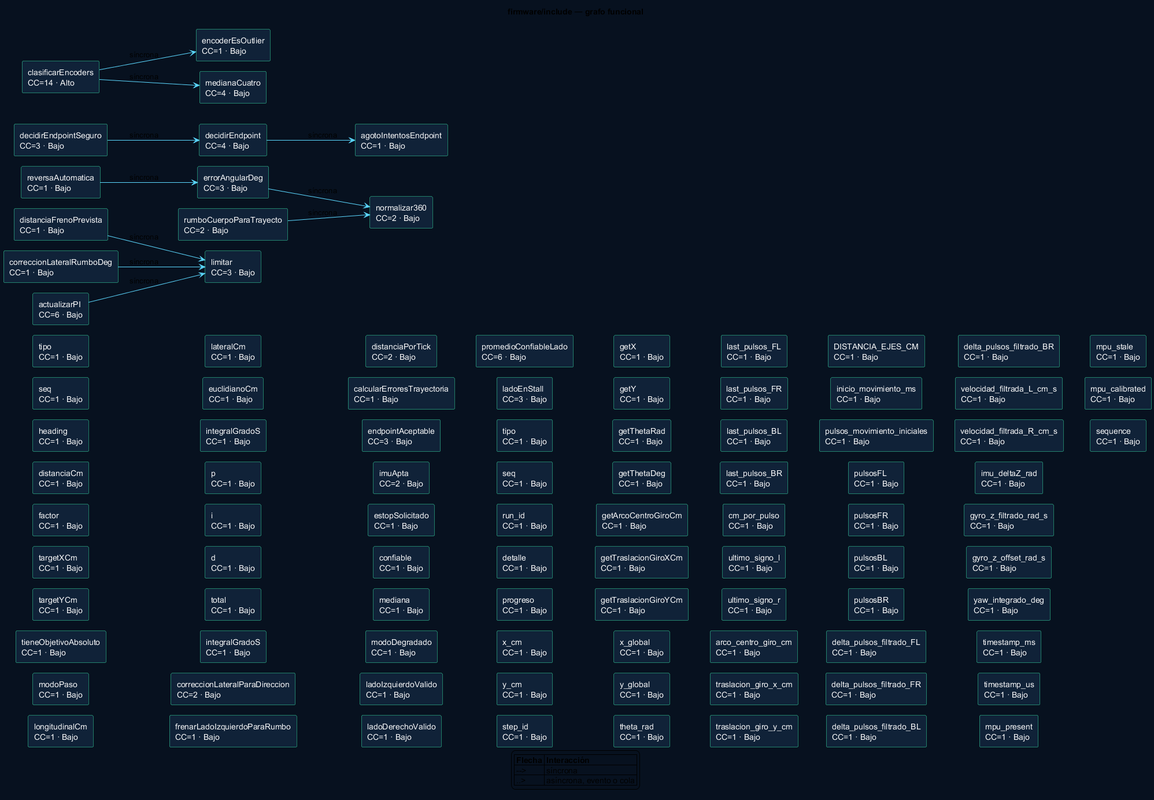
Above: docs_markdowns/uml/exportados/firmware_include.png in RubenAndresGome/carroTest3-For-Esp32-s3-wroom (PlantUML), before the change.
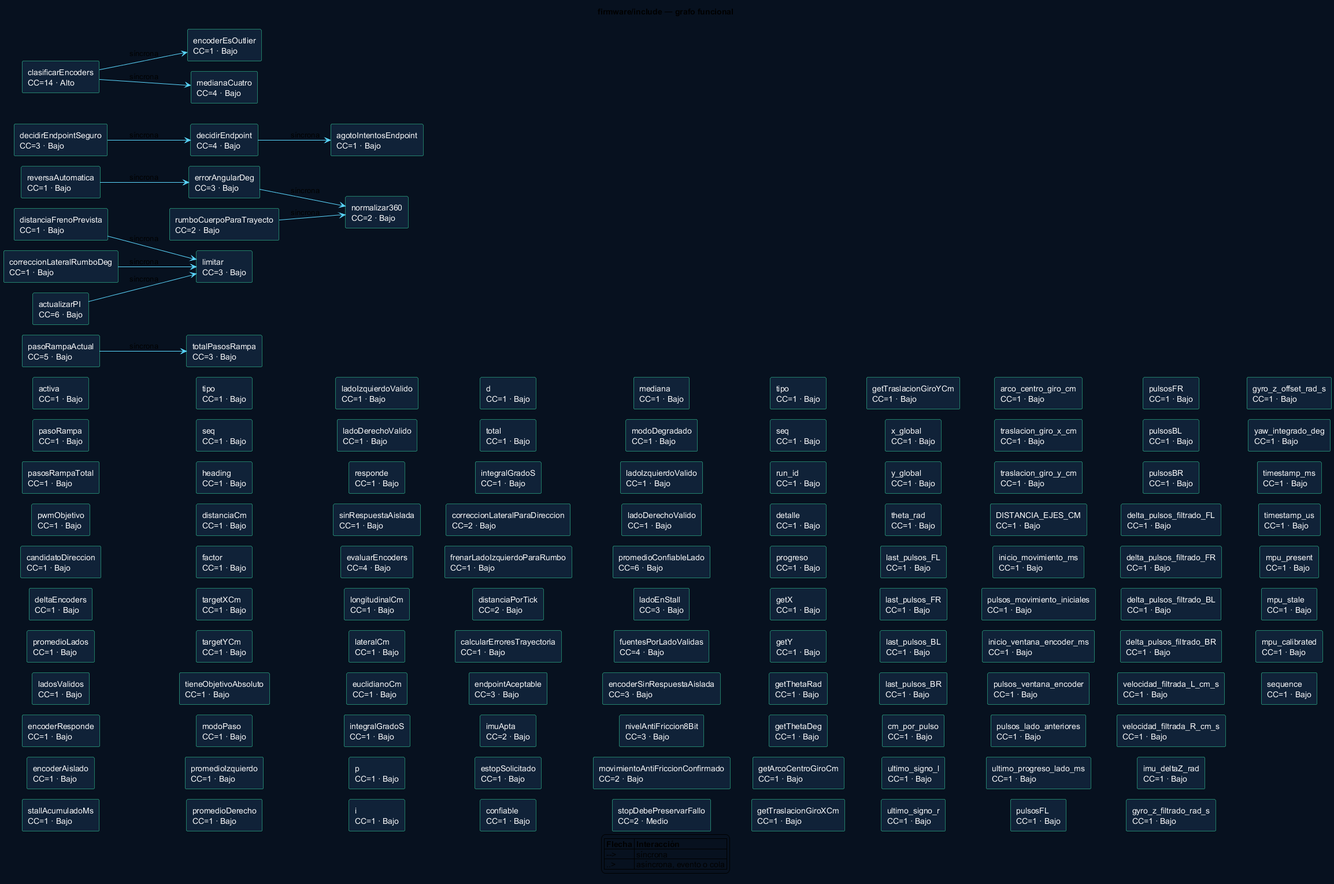
The same file after the commit.

What changed in the source:
```diff
@@ -8,6 +8,17 @@
 skinparam componentFontColor white
 skinparam ArrowColor #5BD8FF
 title firmware/include — grafo funcional
+component "activa\nCC=1 · Bajo" as n9e3776ac33
+component "pasoRampa\nCC=1 · Bajo" as n698b99e4f4
+component "pasosRampaTotal\nCC=1 · Bajo" as n9dbc84f914
+component "pwmObjetivo\nCC=1 · Bajo" as n797389931b
+component "candidatoDireccion\nCC=1 · Bajo" as nbb0e17a0ad
+component "deltaEncoders\nCC=1 · Bajo" as n5330a2250b
+component "promedioLados\nCC=1 · Bajo" as n48a7b26404
+component "ladosValidos\nCC=1 · Bajo" as n4f0d47a345
+component "encoderResponde\nCC=1 · Bajo" as n418b09ee7c
+component "encoderAislado\nCC=1 · Bajo" as n75715afd01
+component "stallAcumuladoMs\nCC=1 · Bajo" as n635f7f950d
 component "tipo\nCC=1 · Bajo" as nb9d52df174
 component "seq\nCC=1 · Bajo" as n54e28a7808
 component "heading\nCC=1 · Bajo" as na384e552ee
@@ -17,6 +28,15 @@
 component "targetYCm\nCC=1 · Bajo" as n3ddd954461
 component "tieneObjetivoAbsoluto\nCC=1 · Bajo" as nd0867b25a6
 component "modoPaso\nCC=1 · Bajo" as n475cac3a15
+component "promedioIzquierdo\nCC=1 · Bajo" as n9965dceebe
+component "promedioDerecho\nCC=1 · Bajo" as n24ed847d8c
+component "ladoIzquierdoValido\nCC=1 · Bajo" as nc2849d5e46
+component "ladoDerechoValido\nCC=1 · Bajo" as n0f7dafc2cb
+component "responde\nCC=1 · Bajo" as na9951eb8f9
+component "sinRespuestaAislada\nCC=1 · Bajo" as n36e4bf09f8
+component "evaluarEncoders\nCC=4 · Bajo" as nd20cfb564a
+component "totalPasosRampa\nCC=3 · Bajo" as na4925ad6d3
+component "pasoRampaActual\nCC=5 · Bajo" as nbd8492d45a
 component "longitudinalCm\nCC=1 · Bajo" as naf5b9be116
 component "lateralCm\nCC=1 · Bajo" as n7d8fcdccb4
 component "euclidianoCm\nCC=1 · Bajo" as n56c5928aa3
@@ -54,14 +74,16 @@
 component "clasificarEncoders\nCC=14 · Alto" as n6a1353563a
 component "promedioConfiableLado\nCC=6 · Bajo" as n35f31e7c43
 component "ladoEnStall\nCC=3 · Bajo" as ndd6f549d25
+component "fuentesPorLadoValidas\nCC=4 · Bajo" as ned19fbf336
+component "encoderSinRespuestaAislada\nCC=3 · Bajo" as n5097db7551
+component "nivelAntiFriccion8Bit\nCC=3 · Bajo" as n92bcf0cf35
+component "movimientoAntiFriccionConfirmado\nCC=2 · Bajo" as n812e2668e9
+component "stopDebePreservarFallo\nCC=2 · Medio" as n55f597d38b
 component "tipo\nCC=1 · Bajo" as nae6550dc08
 component "seq\nCC=1 · Bajo" as na459c2b651
 component "run_id\nCC=1 · Bajo" as nf13fbcc40f
 component "detalle\nCC=1 · Bajo" as n76ea421fa2
 component "progreso\nCC=1 · Bajo" as n62d9f5cb98
-component "x_cm\nCC=1 · Bajo" as nb9914d7cbb
-component "y_cm\nCC=1 · Bajo" as n95dbe740db
-component "step_id\nCC=1 · Bajo" as nfd79d6b1ab
 component "getX\nCC=1 · Bajo" as n3bb4d1fc5e
 component "getY\nCC=1 · Bajo" as n9130f7fc90
 component "getThetaRad\nCC=1 · Bajo" as n1834fa7be3
@@ -83,8 +105,12 @@
 component "traslacion_giro_x_cm\nCC=1 · Bajo" as nf4fed91bea
 component "traslacion_giro_y_cm\nCC=1 · Bajo" as n6bc5cba68b
 component "DISTANCIA_EJES_CM\nCC=1 · Bajo" as nedb05230fb
-component "inicio_movimiento_ms\nCC=1 · Bajo" as nb8a33f8356
-component "pulsos_movimiento_iniciales\nCC=1 · Bajo" as nfcd2379a57
+component "inicio_movimiento_ms\nCC=1 · Bajo" as n75114b0e9b
+component "pulsos_movimiento_iniciales\nCC=1 · Bajo" as n9dc454a10d
+component "inicio_ventana_encoder_ms\nCC=1 · Bajo" as ncb4c7b8712
+component "pulsos_ventana_encoder\nCC=1 · Bajo" as n659411dda3
+component "pulsos_lado_anteriores\nCC=1 · Bajo" as ne3bba715f8
+component "ultimo_progreso_lado_ms\nCC=1 · Bajo" as n949a7da5ad
 component "pulsosFL\nCC=1 · Bajo" as na1bb2d9854
 component "pulsosFR\nCC=1 · Bajo" as nd1a857052e
 component "pulsosBL\nCC=1 · Bajo" as n9d7f448fe0
@@ -105,6 +131,7 @@
 component "mpu_stale\nCC=1 · Bajo" as n588b6ba92e
 component "mpu_calibrated\nCC=1 · Bajo" as n7c7ebe4c92
 component "sequence\nCC=1 · Bajo" as n19143883c9
+nbd8492d45a --> na4925ad6d3 : síncrona
 n40c8cb2eef --> n055e6556b4 : síncrona
 nbe93f15ded --> n40c8cb2eef : síncrona
 nb3b8b073ec --> n055e6556b4 : síncrona
```
